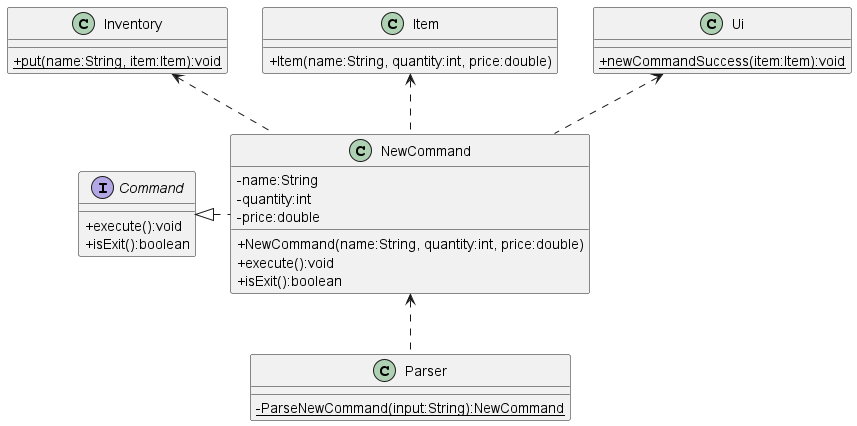
The PlantUML diagram docs/uml-diagrams/NewCommandClass.png in nus-cs2113-AY2324S2/tp, before a commit.
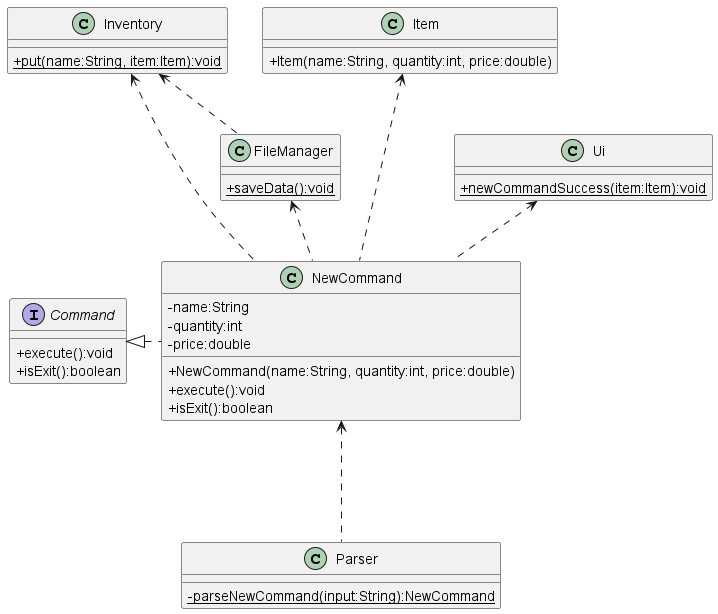
The same diagram one commit later.

What changed in the source:
```diff
@@ -7,12 +7,15 @@
 class NewCommand
 class Parser
 class Ui
+class FileManager
 
 Command <|. NewCommand
-Item <.. NewCommand
+Item <... NewCommand
 Ui <.. NewCommand
 Inventory <.. NewCommand
-NewCommand <.. Parser
+NewCommand <... Parser
+FileManager <.. NewCommand
+Inventory <.. FileManager
 
 interface Command {
     +execute():void
@@ -41,7 +44,11 @@
 }
 
 class Parser {
-    {static}-ParseNewCommand(input:String):NewCommand
+    {static}-parseNewCommand(input:String):NewCommand
+}
+
+class FileManager {
+    {static}+saveData():void
 }
 
 @enduml
```
